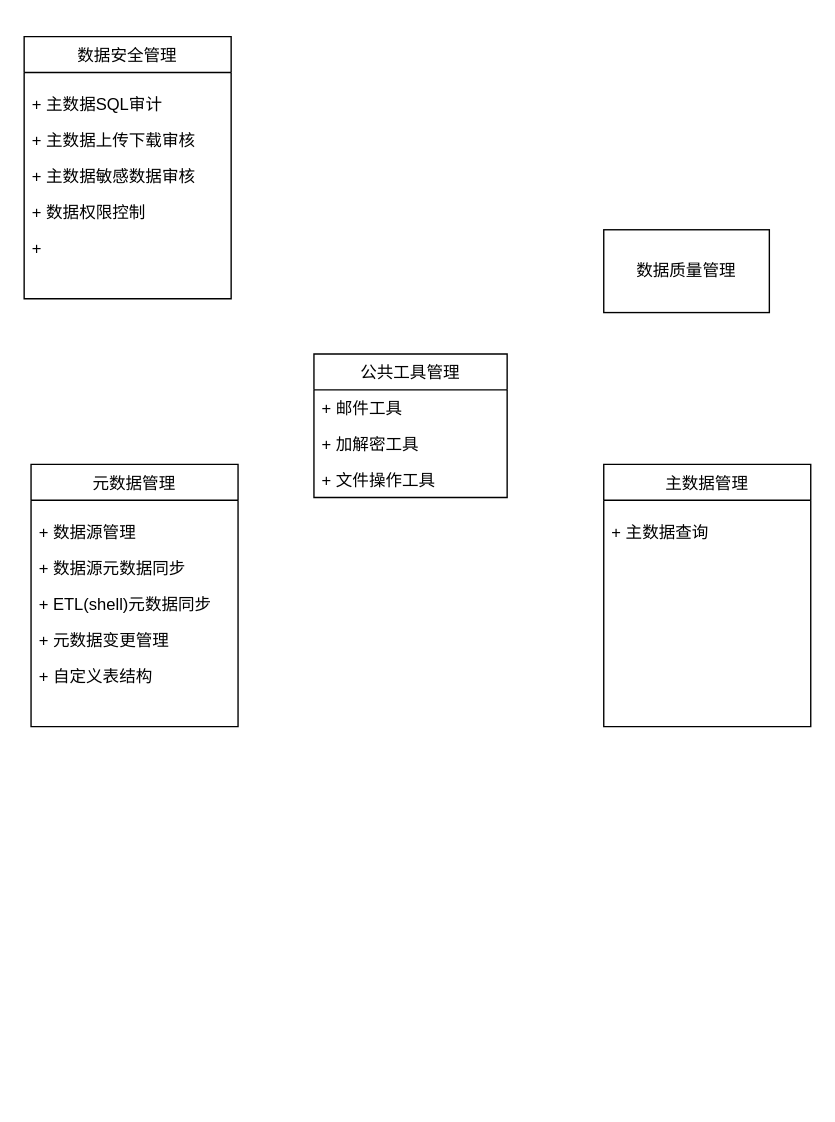
Earlier version of the draw.io diagram 数据管理系统模块图.drawio (jingmian/design-repo). Source tidied: cells renumbered, new cells numbered last; positions are measured from the earlier drawing's top-left corner, leaving out a move shared by most shapes. Both pictures are drawn from the tidied source at 138%, with x=0, y=0 at pixel (23, 36).
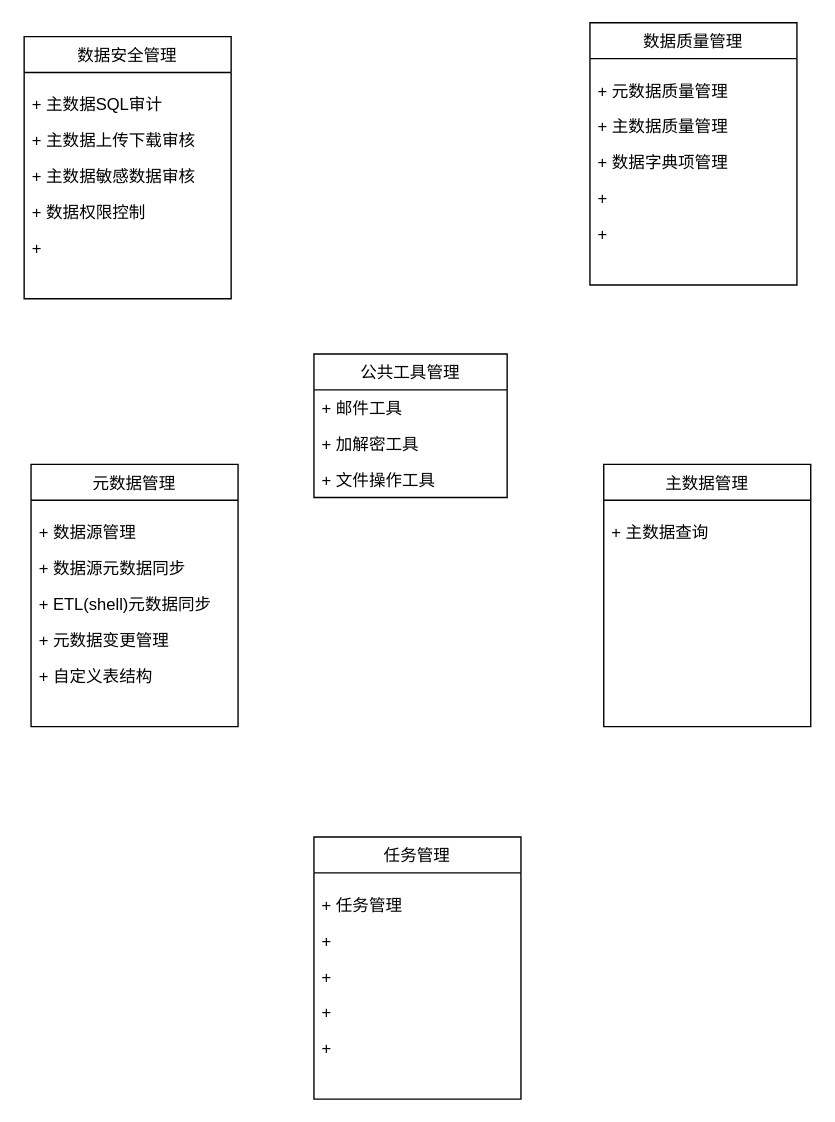
The same page after the edit.

Commit message (it also covers changes not shown here):
更新数据管理系统模块图.drawio

The edit, as a diff of the source:
```diff
@@
-    <mxCell id="2" value="数据质量管理" style="rounded=0;whiteSpace=wrap;html=1;" parent="1" vertex="1">
-      <mxGeometry x="420" y="140" width="120" height="60" as="geometry" />
-    </mxCell>
@@
+    <mxCell id="24" style="group;" parent="1" vertex="1">
+      <mxGeometry x="410" y="-10" width="150" height="190" as="geometry" />
+    </mxCell>
+    <mxCell id="2" value="数据质量管理" style="swimlane;fontStyle=0;horizontal=1;startSize=26;fillColor=none;" parent="24" vertex="1">
+      <mxGeometry width="150" height="190" as="geometry" />
+    </mxCell>
+    <mxCell id="25" value="+ 元数据质量管理" style="text;strokeColor=none;fillColor=none;align=left;verticalAlign=top;spacingLeft=4;spacingRight=4;overflow=hidden;" parent="24" vertex="1">
+      <mxGeometry y="36" width="150" height="26" as="geometry" />
+    </mxCell>
+    <mxCell id="26" value="+ 主数据质量管理" style="text;strokeColor=none;fillColor=none;align=left;verticalAlign=top;spacingLeft=4;spacingRight=4;overflow=hidden;" parent="24" vertex="1">
+      <mxGeometry y="62" width="150" height="26" as="geometry" />
+    </mxCell>
+    <mxCell id="27" value="+ 数据字典项管理" style="text;strokeColor=none;fillColor=none;align=left;verticalAlign=top;spacingLeft=4;spacingRight=4;overflow=hidden;" parent="24" vertex="1">
+      <mxGeometry y="88" width="150" height="26" as="geometry" />
+    </mxCell>
+    <mxCell id="28" value="+ " style="text;strokeColor=none;fillColor=none;align=left;verticalAlign=top;spacingLeft=4;spacingRight=4;overflow=hidden;" parent="24" vertex="1">
+      <mxGeometry y="114" width="150" height="26" as="geometry" />
+    </mxCell>
+    <mxCell id="29" value="+ " style="text;strokeColor=none;fillColor=none;align=left;verticalAlign=top;spacingLeft=4;spacingRight=4;overflow=hidden;" parent="24" vertex="1">
+      <mxGeometry y="140" width="150" height="26" as="geometry" />
+    </mxCell>
+    <mxCell id="30" style="group;" parent="1" vertex="1">
+      <mxGeometry x="210" y="580" width="150" height="190" as="geometry" />
+    </mxCell>
+    <mxCell id="31" value="任务管理" style="swimlane;fontStyle=0;horizontal=1;startSize=26;fillColor=none;" parent="30" vertex="1">
+      <mxGeometry width="150" height="190" as="geometry" />
+    </mxCell>
+    <mxCell id="32" value="+ 任务管理" style="text;strokeColor=none;fillColor=none;align=left;verticalAlign=top;spacingLeft=4;spacingRight=4;overflow=hidden;" parent="30" vertex="1">
+      <mxGeometry y="36" width="150" height="26" as="geometry" />
+    </mxCell>
+    <mxCell id="33" value="+ " style="text;strokeColor=none;fillColor=none;align=left;verticalAlign=top;spacingLeft=4;spacingRight=4;overflow=hidden;" parent="30" vertex="1">
+      <mxGeometry y="62" width="150" height="26" as="geometry" />
+    </mxCell>
+    <mxCell id="34" value="+ " style="text;strokeColor=none;fillColor=none;align=left;verticalAlign=top;spacingLeft=4;spacingRight=4;overflow=hidden;" parent="30" vertex="1">
+      <mxGeometry y="88" width="150" height="26" as="geometry" />
+    </mxCell>
+    <mxCell id="35" value="+ " style="text;strokeColor=none;fillColor=none;align=left;verticalAlign=top;spacingLeft=4;spacingRight=4;overflow=hidden;" parent="30" vertex="1">
+      <mxGeometry y="114" width="150" height="26" as="geometry" />
+    </mxCell>
+    <mxCell id="36" value="+ " style="text;strokeColor=none;fillColor=none;align=left;verticalAlign=top;spacingLeft=4;spacingRight=4;overflow=hidden;" parent="30" vertex="1">
+      <mxGeometry y="140" width="150" height="26" as="geometry" />
+    </mxCell>
```
